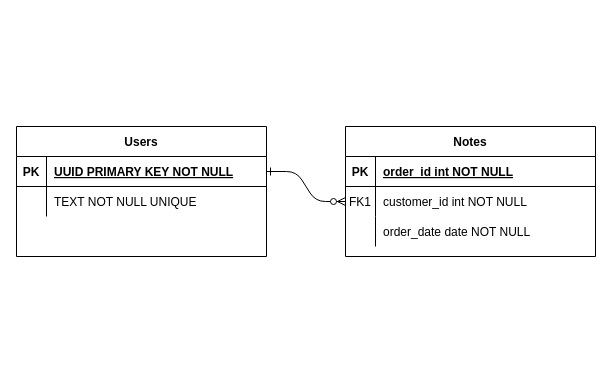
JayJaySea/NoteApp keeps this draw.io diagram as thesis/database.drawio. Above is the earlier version. Source tidied: cells renumbered, new cells numbered last; positions are measured from the earlier drawing's top-left corner, leaving out a move shared by most shapes. Both pictures are drawn from the tidied source at 100%, with x=0, y=0 at pixel (16, 126).
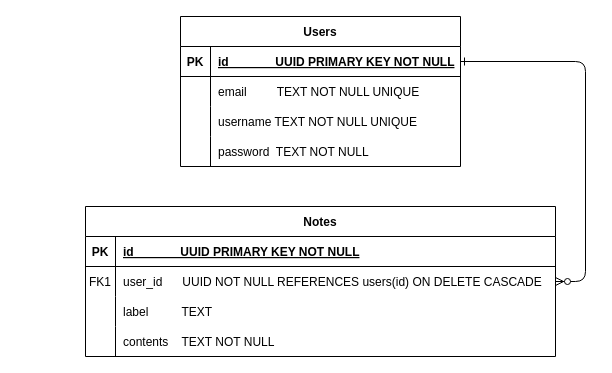
Above is the later version.

The edit, as a diff of the source:
```diff
@@
     <mxCell id="3" value="Notes" style="shape=table;startSize=30;childLayout=tableLayout;rowLines=0;fontStyle=1;align=center;" parent="1" vertex="1">
-      <mxGeometry x="329" width="250" height="130" as="geometry" />
+      <mxGeometry x="69" y="80" width="470" height="150" as="geometry" />
     </mxCell>
     <mxCell id="4" style="shape=partialRectangle;fillColor=none;top=0;left=0;right=0;bottom=1;" parent="3" vertex="1">
-      <mxGeometry y="30" width="250" height="30" as="geometry" />
+      <mxGeometry y="30" width="470" height="30" as="geometry" />
     </mxCell>
@@
-    <mxCell id="6" value="order_id int NOT NULL " style="shape=partialRectangle;overflow=hidden;fillColor=none;top=0;left=0;bottom=0;right=0;align=left;spacingLeft=6;fontStyle=5;" parent="4" vertex="1">
-      <mxGeometry x="30" width="220" height="30" as="geometry" />
+    <mxCell id="6" value="id              UUID PRIMARY KEY NOT NULL" style="shape=partialRectangle;overflow=hidden;fillColor=none;top=0;left=0;bottom=0;right=0;align=left;spacingLeft=6;fontStyle=5;" parent="4" vertex="1">
+      <mxGeometry x="30" width="440" height="30" as="geometry" />
     </mxCell>
     <mxCell id="7" style="shape=partialRectangle;fillColor=none;points=[[0,0.5],[1,0.5]];portConstraint=eastwest;top=0;left=0;right=0;bottom=0;" parent="3" vertex="1">
-      <mxGeometry y="60" width="250" height="30" as="geometry" />
+      <mxGeometry y="60" width="470" height="30" as="geometry" />
     </mxCell>
@@
-    <mxCell id="9" value="customer_id int NOT NULL" style="shape=partialRectangle;overflow=hidden;fillColor=none;top=0;left=0;bottom=0;right=0;align=left;spacingLeft=6;" parent="7" vertex="1">
-      <mxGeometry x="30" width="220" height="30" as="geometry" />
+    <mxCell id="9" value="user_id      UUID NOT NULL REFERENCES users(id) ON DELETE CASCADE" style="shape=partialRectangle;overflow=hidden;fillColor=none;top=0;left=0;bottom=0;right=0;align=left;spacingLeft=6;" parent="7" vertex="1">
+      <mxGeometry x="30" width="440" height="30" as="geometry" />
     </mxCell>
     <mxCell id="10" style="shape=partialRectangle;fillColor=none;top=0;left=0;right=0;bottom=0;" parent="3" vertex="1">
-      <mxGeometry y="90" width="250" height="30" as="geometry" />
+      <mxGeometry y="90" width="470" height="30" as="geometry" />
     </mxCell>
@@
-    <mxCell id="12" value="order_date date NOT NULL" style="shape=partialRectangle;overflow=hidden;fillColor=none;top=0;left=0;bottom=0;right=0;align=left;spacingLeft=6;" parent="10" vertex="1">
-      <mxGeometry x="30" width="220" height="30" as="geometry" />
+    <mxCell id="12" value="label          TEXT" style="shape=partialRectangle;overflow=hidden;fillColor=none;top=0;left=0;bottom=0;right=0;align=left;spacingLeft=6;" parent="10" vertex="1">
+      <mxGeometry x="30" width="440" height="30" as="geometry" />
     </mxCell>
+    <mxCell id="20" style="shape=partialRectangle;fillColor=none;top=0;left=0;right=0;bottom=0;" parent="3" vertex="1">
+      <mxGeometry y="120" width="470" height="30" as="geometry" />
+    </mxCell>
+    <mxCell id="21" style="shape=partialRectangle;overflow=hidden;fillColor=none;top=0;left=0;bottom=0;right=0;" parent="20" vertex="1">
+      <mxGeometry width="30" height="30" as="geometry" />
+    </mxCell>
+    <mxCell id="22" value="contents    TEXT NOT NULL" style="shape=partialRectangle;overflow=hidden;fillColor=none;top=0;left=0;bottom=0;right=0;align=left;spacingLeft=6;" parent="20" vertex="1">
+      <mxGeometry x="30" width="440" height="30" as="geometry" />
+    </mxCell>
     <mxCell id="13" value="Users" style="shape=table;startSize=30;childLayout=tableLayout;rowLines=0;fontStyle=1;align=center;" parent="1" vertex="1">
-      <mxGeometry width="250" height="130" as="geometry" />
+      <mxGeometry x="164" y="-110" width="280" height="150" as="geometry" />
     </mxCell>
     <mxCell id="14" style="shape=partialRectangle;fillColor=none;points=[[0,0.5],[1,0.5]];portConstraint=eastwest;top=0;left=0;right=0;bottom=1;" parent="13" vertex="1">
-      <mxGeometry y="30" width="250" height="30" as="geometry" />
+      <mxGeometry y="30" width="280" height="30" as="geometry" />
     </mxCell>
@@
-    <mxCell id="16" value="UUID PRIMARY KEY NOT NULL" style="shape=partialRectangle;overflow=hidden;fillColor=none;top=0;left=0;bottom=0;right=0;align=left;spacingLeft=6;fontStyle=5;" parent="14" vertex="1">
-      <mxGeometry x="30" width="220" height="30" as="geometry" />
+    <mxCell id="16" value="id              UUID PRIMARY KEY NOT NULL" style="shape=partialRectangle;overflow=hidden;fillColor=none;top=0;left=0;bottom=0;right=0;align=left;spacingLeft=6;fontStyle=5;" parent="14" vertex="1">
+      <mxGeometry x="30" width="250" height="30" as="geometry" />
     </mxCell>
     <mxCell id="17" style="shape=partialRectangle;fillColor=none;top=0;left=0;right=0;bottom=0;" parent="13" vertex="1">
-      <mxGeometry y="60" width="250" height="30" as="geometry" />
+      <mxGeometry y="60" width="280" height="30" as="geometry" />
     </mxCell>
@@
-    <mxCell id="19" value="TEXT NOT NULL UNIQUE" style="shape=partialRectangle;overflow=hidden;fillColor=none;top=0;left=0;bottom=0;right=0;align=left;spacingLeft=6;" parent="17" vertex="1">
-      <mxGeometry x="30" width="220" height="30" as="geometry" />
+    <mxCell id="19" value="email         TEXT NOT NULL UNIQUE" style="shape=partialRectangle;overflow=hidden;fillColor=none;top=0;left=0;bottom=0;right=0;align=left;spacingLeft=6;" parent="17" vertex="1">
+      <mxGeometry x="30" width="250" height="30" as="geometry" />
     </mxCell>
+    <mxCell id="23" style="shape=partialRectangle;fillColor=none;top=0;left=0;right=0;bottom=0;" parent="13" vertex="1">
+      <mxGeometry y="90" width="280" height="30" as="geometry" />
+    </mxCell>
+    <mxCell id="24" style="shape=partialRectangle;overflow=hidden;fillColor=none;top=0;left=0;bottom=0;right=0;" parent="23" vertex="1">
+      <mxGeometry width="30" height="30" as="geometry" />
+    </mxCell>
+    <mxCell id="25" value="username TEXT NOT NULL UNIQUE" style="shape=partialRectangle;overflow=hidden;fillColor=none;top=0;left=0;bottom=0;right=0;align=left;spacingLeft=6;" parent="23" vertex="1">
+      <mxGeometry x="30" width="250" height="30" as="geometry" />
+    </mxCell>
+    <mxCell id="26" style="shape=partialRectangle;fillColor=none;top=0;left=0;right=0;bottom=0;" parent="13" vertex="1">
+      <mxGeometry y="120" width="280" height="30" as="geometry" />
+    </mxCell>
+    <mxCell id="27" style="shape=partialRectangle;overflow=hidden;fillColor=none;top=0;left=0;bottom=0;right=0;" parent="26" vertex="1">
+      <mxGeometry width="30" height="30" as="geometry" />
+    </mxCell>
+    <mxCell id="28" value="password  TEXT NOT NULL" style="shape=partialRectangle;overflow=hidden;fillColor=none;top=0;left=0;bottom=0;right=0;align=left;spacingLeft=6;" parent="26" vertex="1">
+      <mxGeometry x="30" width="250" height="30" as="geometry" />
+    </mxCell>
```
